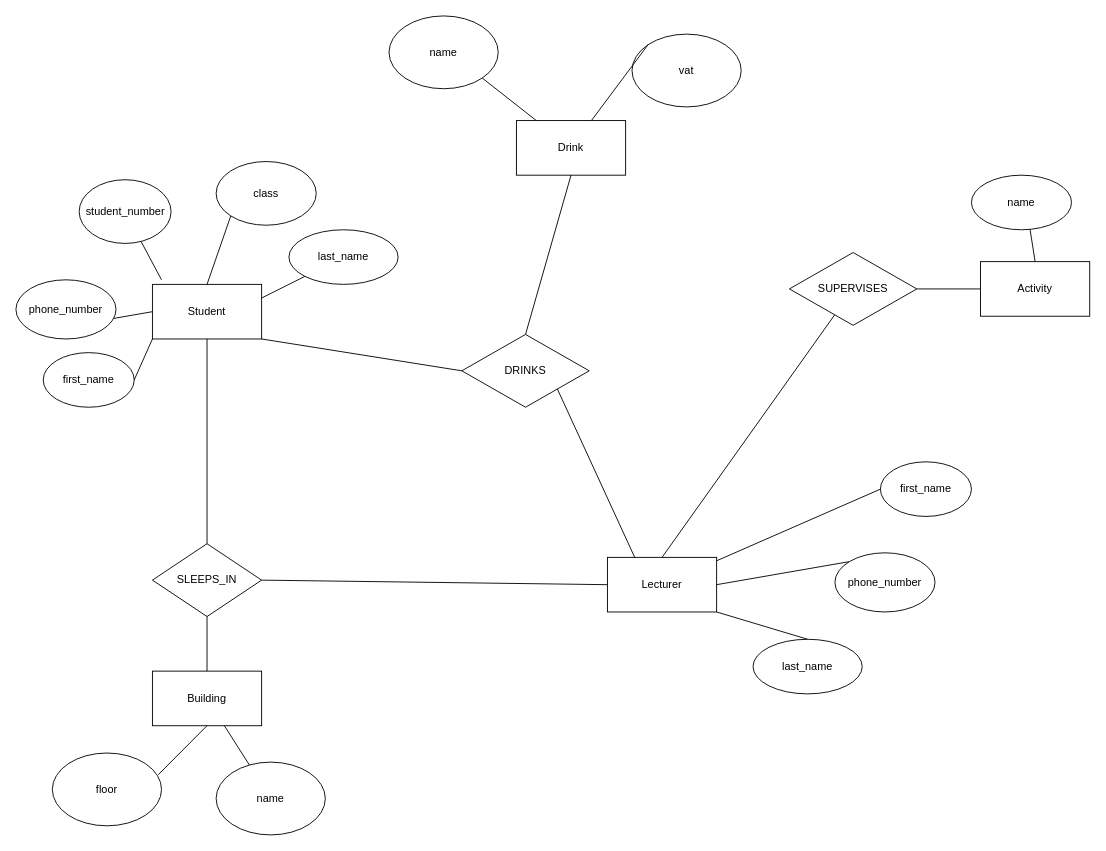
tnb1604/DatabasesProject keeps this draw.io diagram as DatabasesERDdiagram.drawio. Above is the earlier version. Source tidied: cells renumbered, new cells numbered last; positions are measured from the earlier drawing's top-left corner, leaving out a move shared by most shapes. Both pictures are drawn from the tidied source at 91%, with x=0, y=0 at pixel (15, 15).
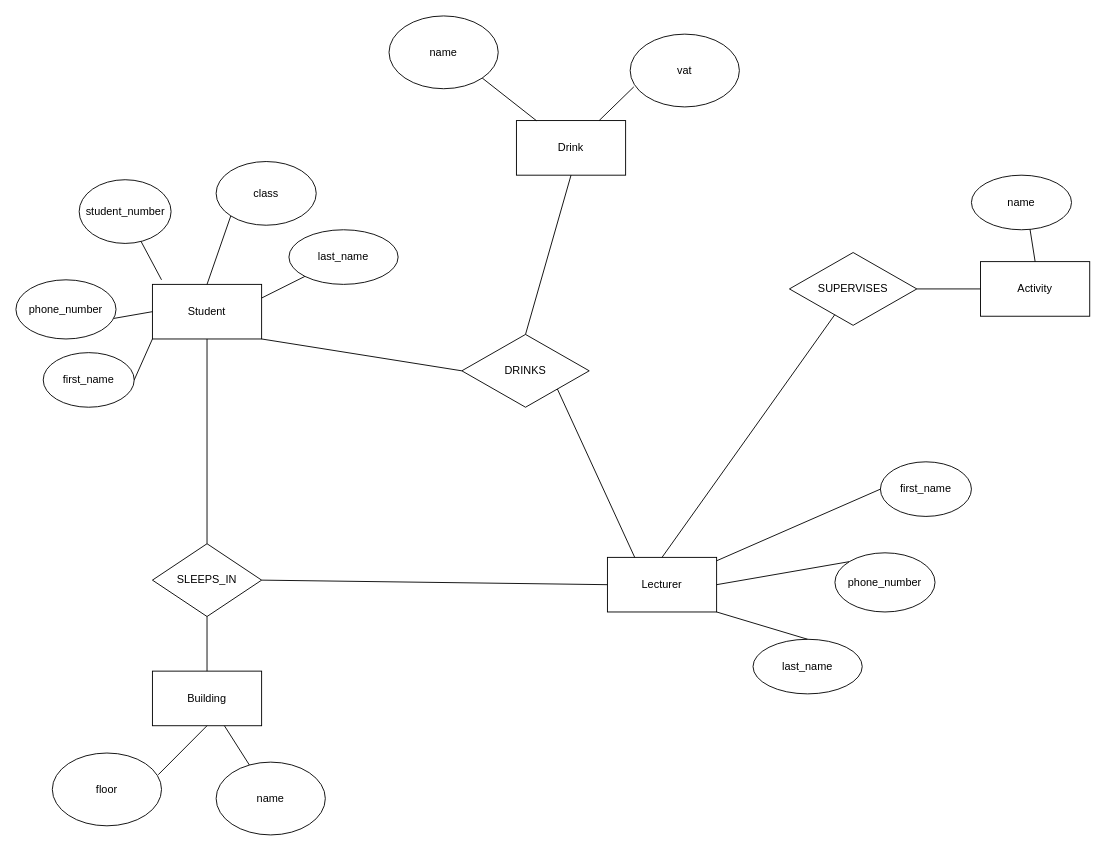
The same page after the edit.

Unchanged cells that the change refers to:
```xml
<mxCell id="5" value="Drink" style="rounded=0;whiteSpace=wrap;html=1;" parent="1" vertex="1">
  <mxGeometry x="550" y="115" width="120" height="60" as="geometry" />
</mxCell>
```

What changed in the source:
```diff
@@
     <mxCell id="23" value="vat" style="ellipse;whiteSpace=wrap;html=1;" parent="1" vertex="1">
-      <mxGeometry x="677" y="20" width="120" height="80" as="geometry" />
+      <mxGeometry x="675" y="20" width="120" height="80" as="geometry" />
     </mxCell>
@@
-    <mxCell id="25" style="endArrow=none;html=1;rounded=0;entryX=0;entryY=0;entryDx=0;entryDy=0;" parent="1" edge="1" source="5" target="23">
+    <mxCell id="25" style="endArrow=none;html=1;rounded=0;entryX=0.033;entryY=0.725;entryDx=0;entryDy=0;entryPerimeter=0;" parent="1" edge="1" source="5" target="23">
       <mxGeometry relative="1" as="geometry" />
     </mxCell>
```
